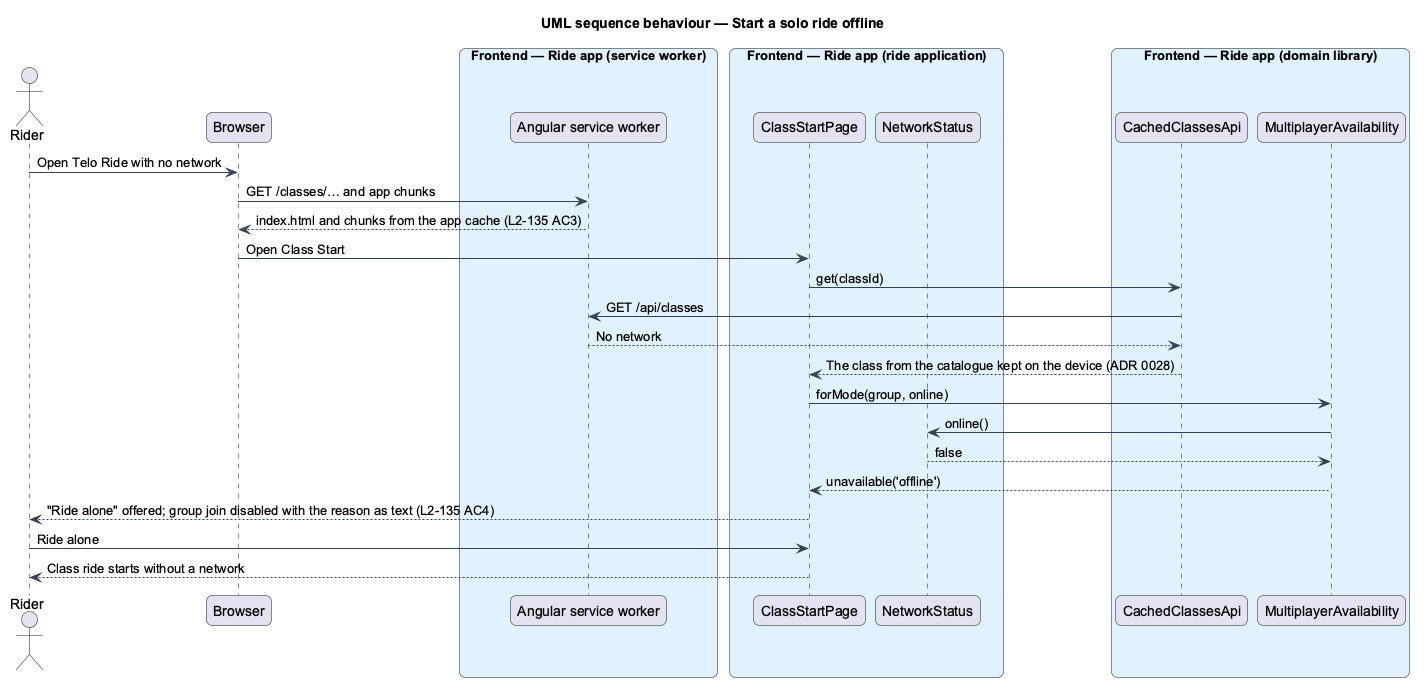
Before: docs/detailed-designs/performance/ride-without-a-network/diagrams/sequence-start-offline.png, a diagram exported from PlantUML (QuinntyneBrown/wattzup). Its diagram source:
```plantuml
@startuml
title UML sequence behaviour — Start a solo ride offline
skinparam backgroundColor #FFFFFF
skinparam shadowing false
skinparam roundcorner 12
skinparam defaultFontName Arial
skinparam ArrowColor #344054
skinparam rectangle {
  BorderColor #344054
  FontColor #101828
}
skinparam package {
  BorderColor #667085
  FontColor #101828
  BackgroundColor #F9FAFB
}
actor "Rider" as actor
participant "Browser" as browser
box "Frontend — Ride app (service worker)" #E0F2FE
  participant "Angular service worker" as sw
end box
box "Frontend — Ride app (ride application)" #E0F2FE
  participant "ClassStartPage" as page
  participant "NetworkStatus" as net
end box
box "Frontend — Ride app (domain library)" #E0F2FE
  participant "CachedClassesApi" as classes
  participant "MultiplayerAvailability" as avail
end box
actor -> browser : Open Telo Ride with no network
browser -> sw : GET /classes/… and app chunks
sw --> browser : index.html and chunks from the app cache (L2-135 AC3)
browser -> page : Open Class Start
page -> classes : get(classId)
classes -> sw : GET /api/classes
sw --> classes : No network
classes --> page : The class from the catalogue kept on the device (ADR 0028)
page -> avail : forMode(group, online)
avail -> net : online()
net --> avail : false
avail --> page : unavailable('offline')
page --> actor : "Ride alone" offered; group join disabled with the reason as text (L2-135 AC4)
actor -> page : Ride alone
page --> actor : Class ride starts without a network
@enduml
```
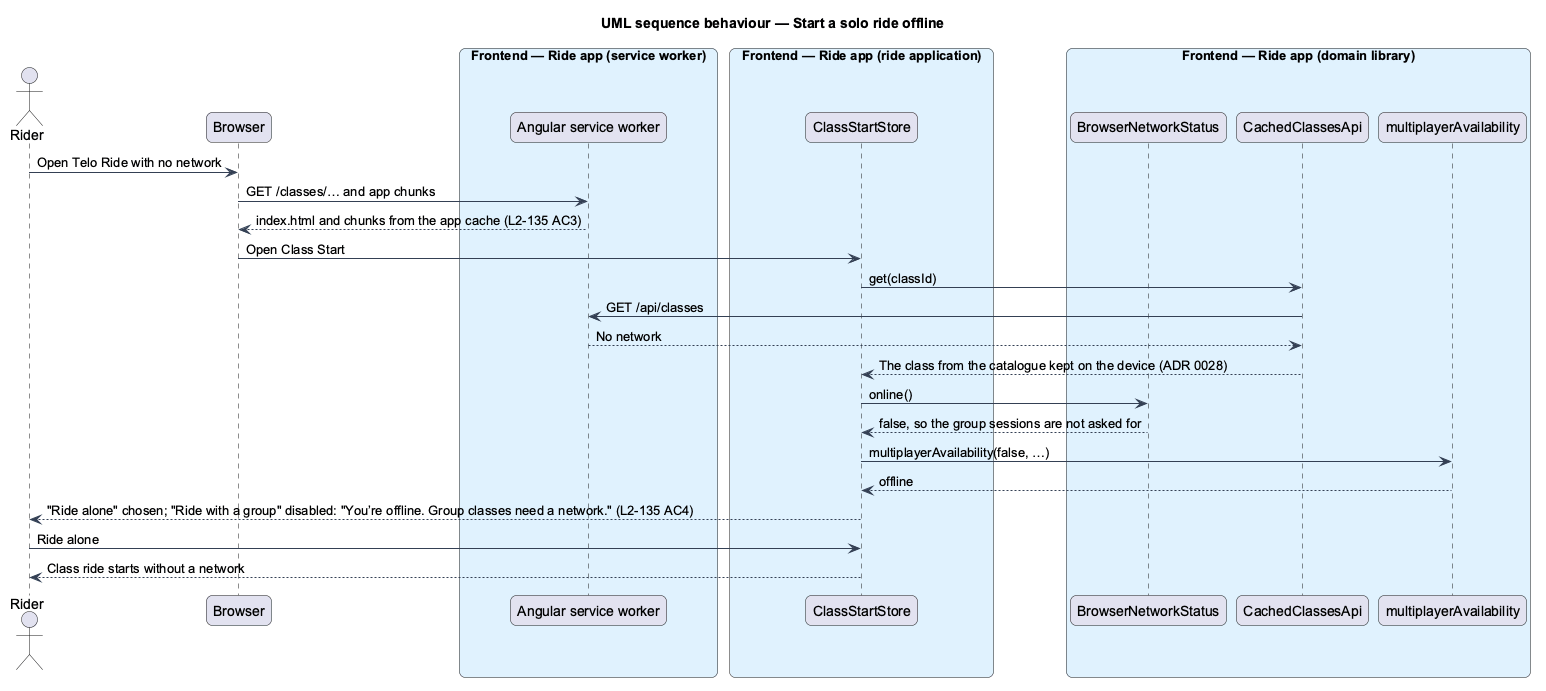
Later version of the same file.

Commit message:
Design slice 17.3's offline choices

Diff of the diagram source:
```diff
@@ -20,12 +20,12 @@
   participant "Angular service worker" as sw
 end box
 box "Frontend — Ride app (ride application)" #E0F2FE
-  participant "ClassStartPage" as page
-  participant "NetworkStatus" as net
+  participant "ClassStartStore" as page
 end box
 box "Frontend — Ride app (domain library)" #E0F2FE
+  participant "BrowserNetworkStatus" as net
   participant "CachedClassesApi" as classes
-  participant "MultiplayerAvailability" as avail
+  participant "multiplayerAvailability" as avail
 end box
 actor -> browser : Open Telo Ride with no network
 browser -> sw : GET /classes/… and app chunks
@@ -35,11 +35,11 @@
 classes -> sw : GET /api/classes
 sw --> classes : No network
 classes --> page : The class from the catalogue kept on the device (ADR 0028)
-page -> avail : forMode(group, online)
-avail -> net : online()
-net --> avail : false
-avail --> page : unavailable('offline')
-page --> actor : "Ride alone" offered; group join disabled with the reason as text (L2-135 AC4)
+page -> net : online()
+net --> page : false, so the group sessions are not asked for
+page -> avail : multiplayerAvailability(false, …)
+avail --> page : offline
+page --> actor : "Ride alone" chosen; "Ride with a group" disabled: "You’re offline. Group classes need a network." (L2-135 AC4)
 actor -> page : Ride alone
 page --> actor : Class ride starts without a network
 @enduml
```
